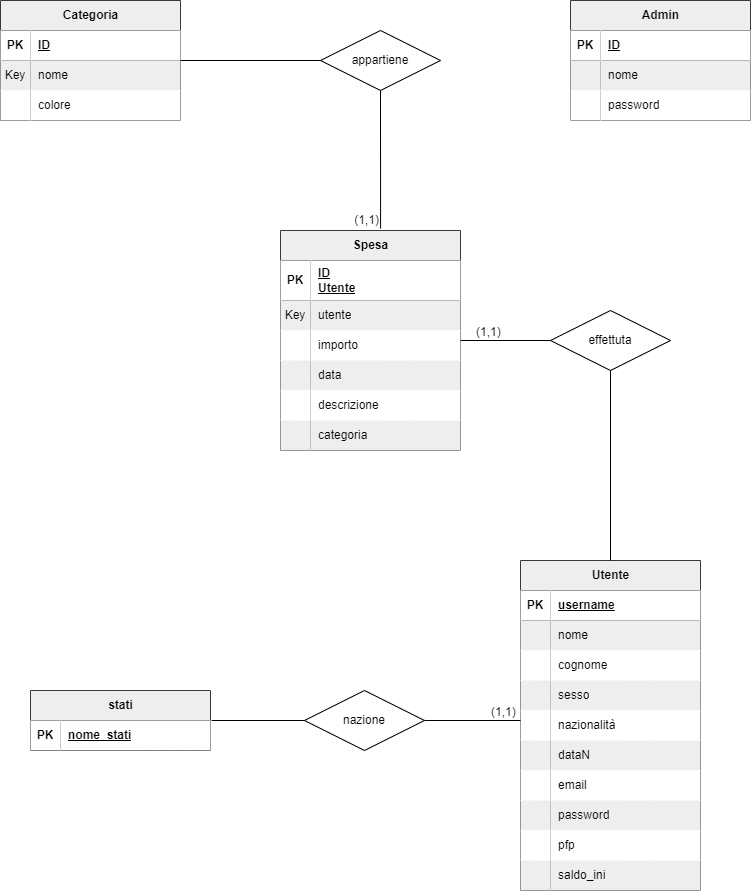
The draw.io diagram allegati/Database_4Money.drawio (1).png in Cristyl/Tesi_laurea, before a commit. Source tidied: cells renumbered, new cells last; positions are measured from the earlier drawing's top-left corner, leaving out a move shared by most shapes.
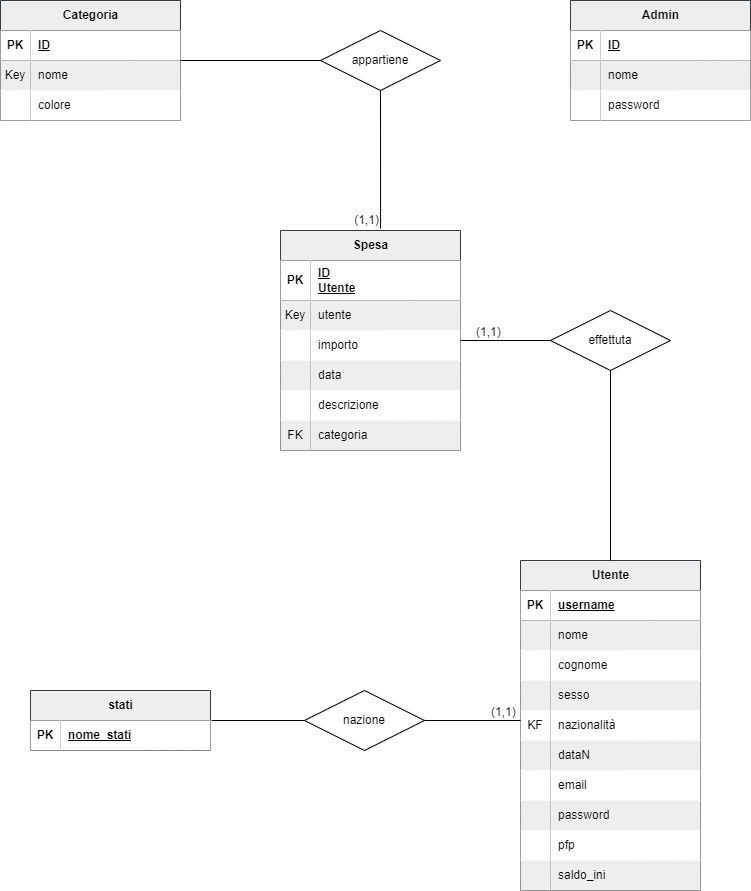
The same diagram one commit later.

Change to the diagram source:
```diff
@@ -53,7 +53,7 @@
     <mxCell id="18" style="shape=tableRow;horizontal=0;startSize=0;swimlaneHead=0;swimlaneBody=0;fillColor=none;top=0;left=0;right=0;bottom=0;rounded=0;" parent="2" vertex="1">
       <mxGeometry y="190" width="180" height="30" as="geometry" />
     </mxCell>
-    <mxCell id="19" style="shape=partialRectangle;top=0;left=0;bottom=0;right=0;overflow=hidden;whiteSpace=wrap;html=1;rounded=0;fillColor=#eeeeee;strokeColor=#36393d;" parent="18" vertex="1">
+    <mxCell id="19" value="FK" style="shape=partialRectangle;top=0;left=0;bottom=0;right=0;overflow=hidden;whiteSpace=wrap;html=1;rounded=0;fillColor=#eeeeee;strokeColor=#36393d;" parent="18" vertex="1">
       <mxGeometry width="30" height="30" as="geometry" />
     </mxCell>
     <mxCell id="20" value="categoria" style="shape=partialRectangle;fillColor=#eeeeee;top=0;left=0;bottom=0;right=0;align=left;spacingLeft=6;overflow=hidden;whiteSpace=wrap;html=1;rounded=0;strokeColor=#36393d;" parent="18" vertex="1">
@@ -173,7 +173,7 @@
     <mxCell id="58" style="shape=tableRow;horizontal=0;startSize=0;swimlaneHead=0;swimlaneBody=0;fillColor=none;top=0;left=0;right=0;bottom=0;rounded=0;" parent="45" vertex="1">
       <mxGeometry y="150" width="180" height="30" as="geometry" />
     </mxCell>
-    <mxCell id="59" style="shape=partialRectangle;top=0;left=0;bottom=0;right=0;overflow=hidden;whiteSpace=wrap;html=1;rounded=0;" parent="58" vertex="1">
+    <mxCell id="59" value="KF" style="shape=partialRectangle;top=0;left=0;bottom=0;right=0;overflow=hidden;whiteSpace=wrap;html=1;rounded=0;" parent="58" vertex="1">
       <mxGeometry width="30" height="30" as="geometry" />
     </mxCell>
     <mxCell id="60" value="nazionalità" style="shape=partialRectangle;top=0;left=0;bottom=0;right=0;align=left;spacingLeft=6;overflow=hidden;whiteSpace=wrap;html=1;rounded=0;" parent="58" vertex="1">
```
